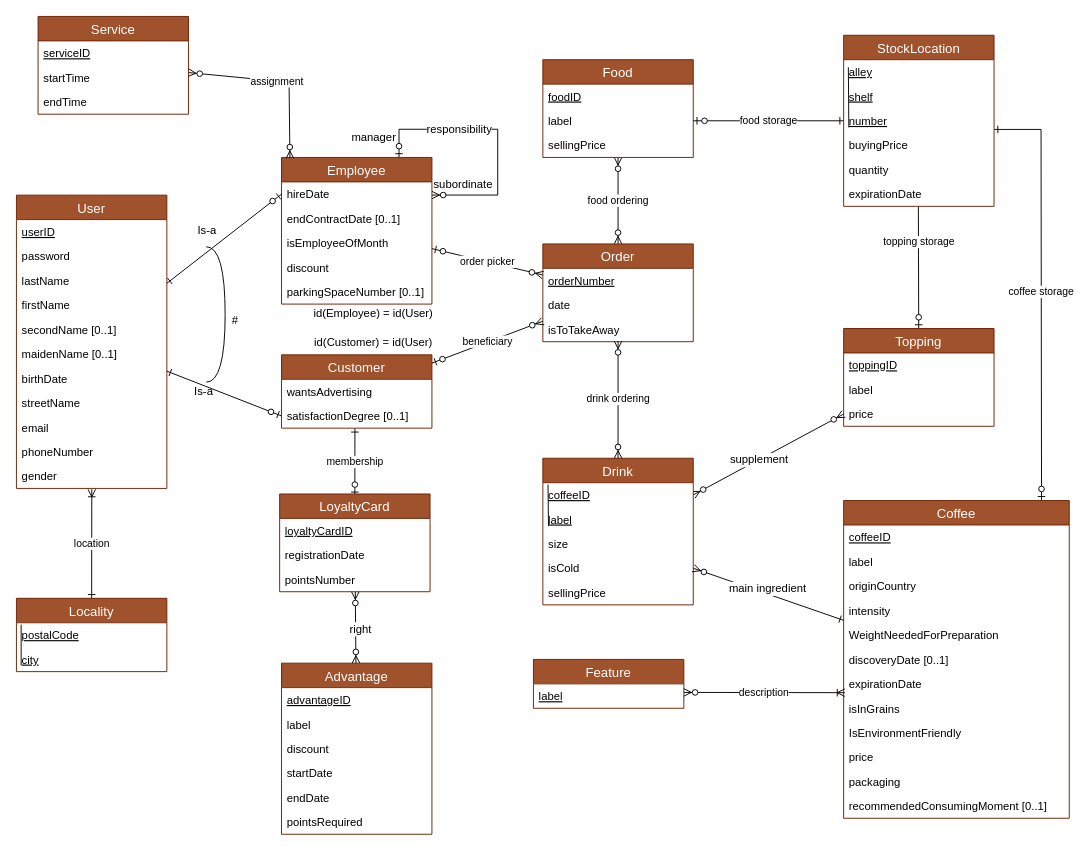
The draw.io diagram SchemaEA.drawio in DrakeXorn/CoffIG, before the edit. Source tidied: cells renumbered, new cells numbered last; positions are measured from the earlier drawing's top-left corner, leaving out a move shared by most shapes. Both pictures are drawn from the tidied source at 94%, with x=0, y=0 at pixel (16, 16).
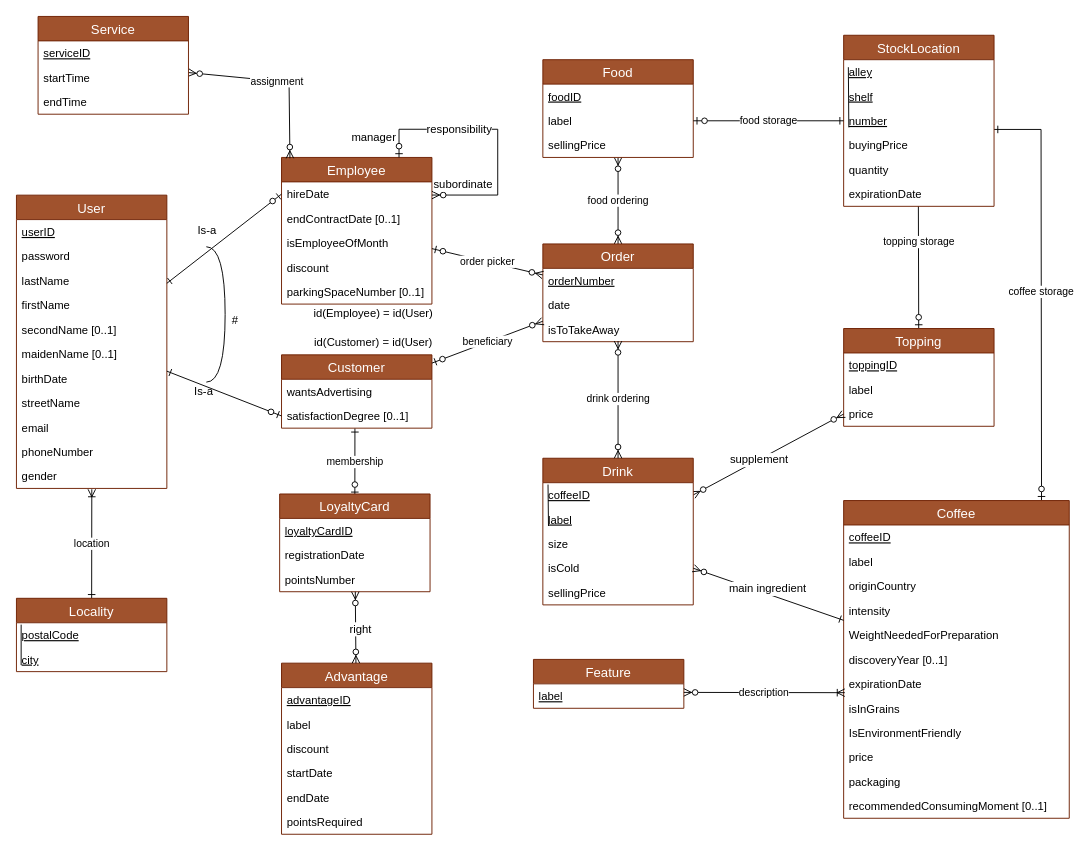
The same diagram, later.

Unchanged cells that the change refers to:
```xml
<mxCell id="25" value="Coffee" style="swimlane;fontStyle=0;horizontal=1;startSize=26;fillColor=#a0522d;swimlaneFillColor=#ffffff;align=center;fontSize=14;strokeColor=#6D1F00;fontColor=#ffffff;" parent="1" vertex="1">
  <mxGeometry x="880" y="515" width="240" height="338" as="geometry" />
</mxCell>
```

Diff of the diagram source:
```diff
@@
-    <mxCell id="31" value="discoveryDate [0..1]" style="text;strokeColor=none;fillColor=none;spacingLeft=4;spacingRight=4;overflow=hidden;fontSize=12;" parent="25" vertex="1">
+    <mxCell id="31" value="discoveryYear [0..1]" style="text;strokeColor=none;fillColor=none;spacingLeft=4;spacingRight=4;overflow=hidden;fontSize=12;" parent="25" vertex="1">
       <mxGeometry y="156" width="240" height="26" as="geometry" />
     </mxCell>
```
